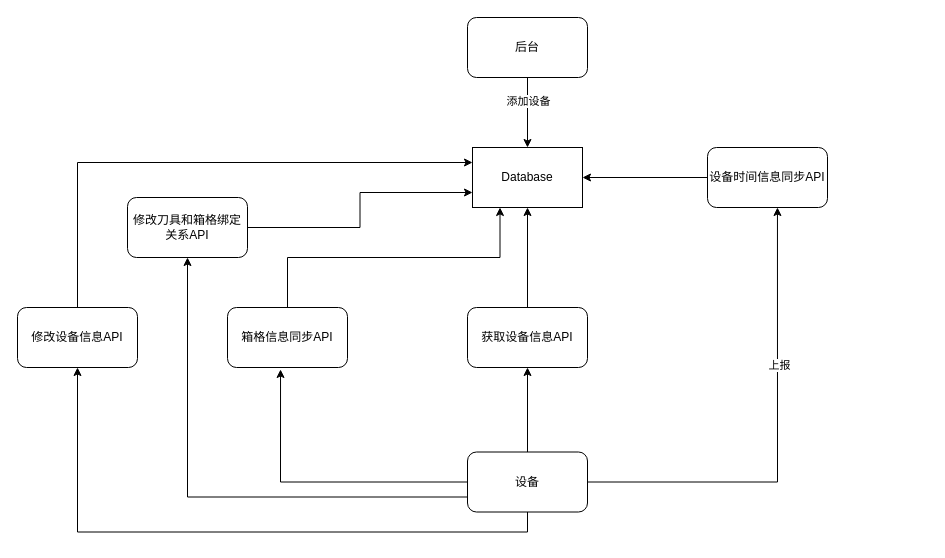
The draw.io diagram 设备API.drawio in mandarenmanman/apidoc, before the edit. Source tidied: cells renumbered, new cells numbered last; positions are measured from the earlier drawing's top-left corner, leaving out a move shared by most shapes. Both pictures are drawn from the tidied source at 100%, with x=0, y=0 at pixel (17, 17).
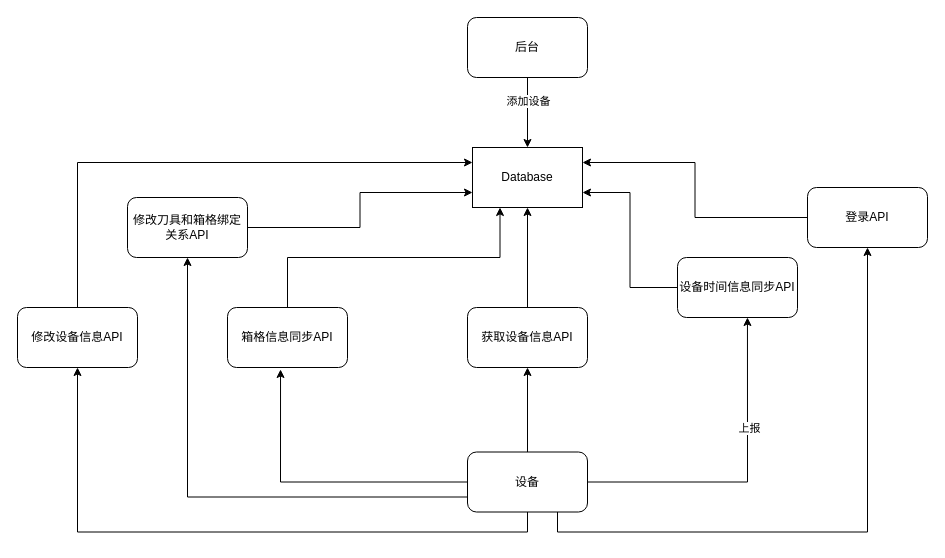
Above is the later version.

Unchanged cells that the change refers to:
```xml
<mxCell id="3" value="Database" style="rounded=0;whiteSpace=wrap;html=1;" parent="1" vertex="1">
  <mxGeometry x="455" y="130" width="110" height="60" as="geometry" />
</mxCell>
<mxCell id="11" value="设备" style="rounded=1;whiteSpace=wrap;html=1;" parent="1" vertex="1">
  <mxGeometry x="450" y="434.5" width="120" height="60" as="geometry" />
</mxCell>
```

Diff of the diagram source:
```diff
@@
+    <mxCell id="23" style="edgeStyle=orthogonalEdgeStyle;rounded=0;jettySize=auto;html=1;exitX=0.75;exitY=1;exitDx=0;exitDy=0;entryX=0.5;entryY=1;entryDx=0;entryDy=0;" parent="1" edge="1" source="11" target="25">
+      <mxGeometry relative="1" as="geometry" />
+    </mxCell>
@@
-    <mxCell id="15" style="edgeStyle=orthogonalEdgeStyle;rounded=0;jettySize=auto;html=1;exitX=0;exitY=0.5;exitDx=0;exitDy=0;entryX=1;entryY=0.5;entryDx=0;entryDy=0;" parent="1" edge="1" source="16" target="3">
+    <mxCell id="15" style="edgeStyle=orthogonalEdgeStyle;rounded=0;jettySize=auto;html=1;exitX=0;exitY=0.5;exitDx=0;exitDy=0;entryX=1;entryY=0.75;entryDx=0;entryDy=0;" parent="1" edge="1" source="16" target="3">
       <mxGeometry relative="1" as="geometry" />
     </mxCell>
     <mxCell id="16" value="设备时间信息同步API" style="rounded=1;whiteSpace=wrap;html=1;" parent="1" vertex="1">
-      <mxGeometry x="690" y="130" width="120" height="60" as="geometry" />
+      <mxGeometry x="660" y="240" width="120" height="60" as="geometry" />
     </mxCell>
@@
+    <mxCell id="24" style="edgeStyle=orthogonalEdgeStyle;rounded=0;jettySize=auto;html=1;exitX=0;exitY=0.5;exitDx=0;exitDy=0;entryX=1;entryY=0.25;entryDx=0;entryDy=0;" parent="1" edge="1" source="25" target="3">
+      <mxGeometry relative="1" as="geometry" />
+    </mxCell>
+    <mxCell id="25" value="登录API" style="rounded=1;whiteSpace=wrap;html=1;" parent="1" vertex="1">
+      <mxGeometry x="790" y="170" width="120" height="60" as="geometry" />
+    </mxCell>
```
